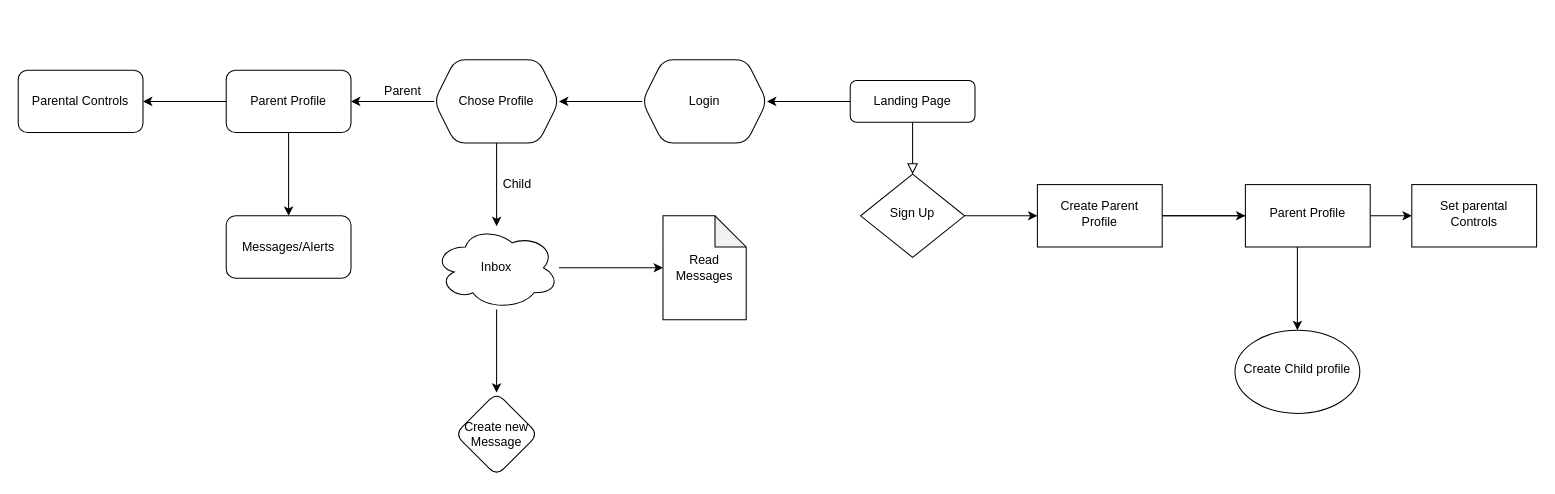
Before: Untitled Diagram.drawio in Samicap/Final-Project, a draw.io diagram. Source tidied: cells renumbered, new cells numbered last; positions are measured from the earlier drawing's top-left corner, leaving out a move shared by most shapes. Both pictures are drawn from the tidied source at 104%, with x=0, y=0 at pixel (18, 59).
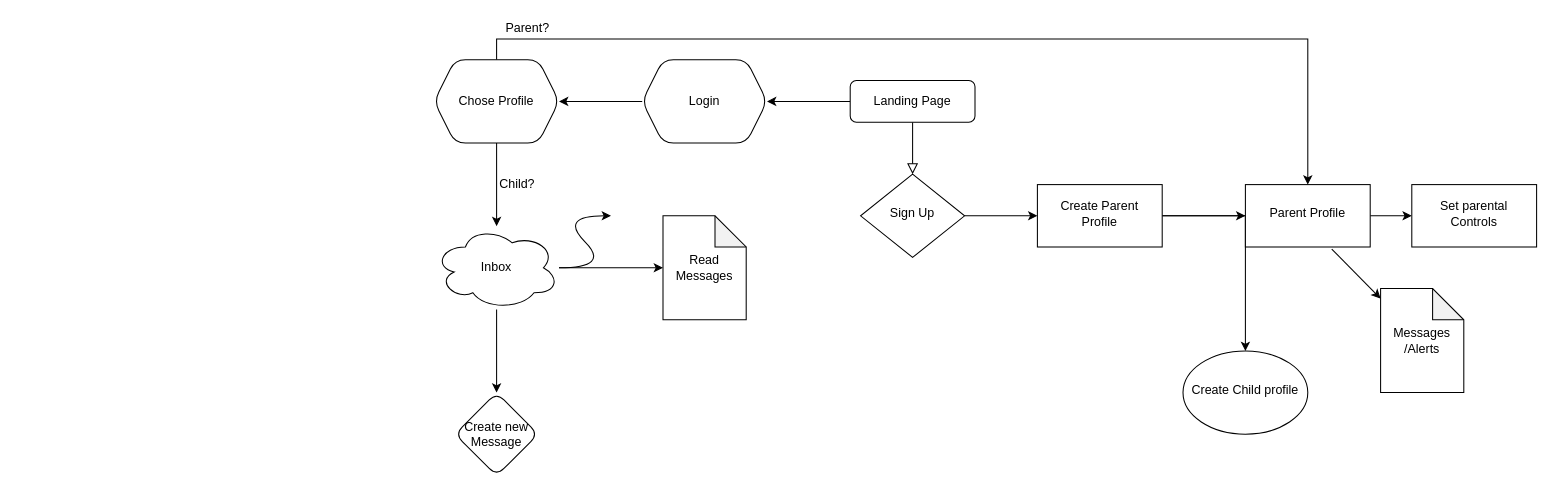
After the change.

Commit message:
changed parent path

The change refers to these unchanged cells:
```xml
<mxCell id="11" value="Parent Profile" style="whiteSpace=wrap;html=1;shadow=0;strokeWidth=1;spacing=6;spacingTop=-4;" parent="1" vertex="1">
  <mxGeometry x="1180" y="120" width="120" height="60" as="geometry" />
</mxCell>
<mxCell id="16" value="Chose Profile" style="shape=hexagon;perimeter=hexagonPerimeter2;whiteSpace=wrap;html=1;fixedSize=1;rounded=1;shadow=0;strokeWidth=1;glass=0;" parent="1" vertex="1">
  <mxGeometry x="400" width="120" height="80" as="geometry" />
</mxCell>
```

What changed in the source:
```diff
@@
-    <mxCell id="15" style="edgeStyle=orthogonalEdgeStyle;rounded=0;jettySize=auto;html=1;" parent="1" edge="1" source="16" target="27">
-      <mxGeometry relative="1" as="geometry" />
-    </mxCell>
+    <mxCell id="31" style="edgeStyle=orthogonalEdgeStyle;rounded=0;jettySize=auto;html=1;exitX=0.5;exitY=0;exitDx=0;exitDy=0;entryX=0.5;entryY=0;entryDx=0;entryDy=0;" parent="1" edge="1" source="16" target="11">
+      <mxGeometry relative="1" as="geometry" />
+    </mxCell>
@@
     <mxCell id="22" value="Create Child profile" style="ellipse;whiteSpace=wrap;html=1;shadow=0;strokeWidth=1;spacing=6;spacingTop=-4;" parent="1" vertex="1">
-      <mxGeometry x="1170" y="260" width="120" height="80" as="geometry" />
+      <mxGeometry x="1120" y="280" width="120" height="80" as="geometry" />
     </mxCell>
@@
-    <mxCell id="24" value="Child" style="text;html=1;strokeColor=none;fillColor=none;align=center;verticalAlign=middle;whiteSpace=wrap;rounded=0;" parent="1" vertex="1">
+    <mxCell id="24" value="Child?" style="text;html=1;strokeColor=none;fillColor=none;align=center;verticalAlign=middle;whiteSpace=wrap;rounded=0;" parent="1" vertex="1">
       <mxGeometry x="460" y="110" width="40" height="20" as="geometry" />
     </mxCell>
-    <mxCell id="25" style="edgeStyle=orthogonalEdgeStyle;rounded=0;jettySize=auto;html=1;" parent="1" edge="1" source="27" target="28">
-      <mxGeometry relative="1" as="geometry" />
-    </mxCell>
-    <mxCell id="26" style="edgeStyle=orthogonalEdgeStyle;rounded=0;jettySize=auto;html=1;" parent="1" edge="1" source="27" target="29">
-      <mxGeometry relative="1" as="geometry" />
-    </mxCell>
-    <mxCell id="27" value="Parent Profile" style="whiteSpace=wrap;html=1;rounded=1;shadow=0;strokeWidth=1;glass=0;" parent="1" vertex="1">
-      <mxGeometry x="200" y="10" width="120" height="60" as="geometry" />
-    </mxCell>
-    <mxCell id="28" value="Parental Controls" style="whiteSpace=wrap;html=1;rounded=1;shadow=0;strokeWidth=1;glass=0;" parent="1" vertex="1">
-      <mxGeometry y="10" width="120" height="60" as="geometry" />
-    </mxCell>
-    <mxCell id="29" value="Messages/Alerts" style="whiteSpace=wrap;html=1;rounded=1;shadow=0;strokeWidth=1;glass=0;" parent="1" vertex="1">
-      <mxGeometry x="200" y="150" width="120" height="60" as="geometry" />
-    </mxCell>
-    <mxCell id="30" value="Parent" style="text;html=1;strokeColor=none;fillColor=none;align=center;verticalAlign=middle;whiteSpace=wrap;rounded=0;" parent="1" vertex="1">
-      <mxGeometry x="350" y="20" width="40" height="20" as="geometry" />
+    <mxCell id="30" value="Parent?" style="text;html=1;strokeColor=none;fillColor=none;align=center;verticalAlign=middle;whiteSpace=wrap;rounded=0;" parent="1" vertex="1">
+      <mxGeometry x="470" y="-40" width="40" height="20" as="geometry" />
     </mxCell>
+    <mxCell id="32" style="curved=1;endArrow=classic;html=1;" parent="1" edge="1">
+      <mxGeometry relative="1" as="geometry">
+        <mxPoint x="520" y="200" as="sourcePoint" />
+        <mxPoint x="570" y="150" as="targetPoint" />
+        <Array as="points">
+          <mxPoint x="570" y="200" />
+          <mxPoint x="520" y="150" />
+        </Array>
+      </mxGeometry>
+    </mxCell>
+    <mxCell id="33" value="Messages&lt;br&gt;/Alerts" style="shape=note;whiteSpace=wrap;html=1;backgroundOutline=1;darkOpacity=0.05;" parent="1" vertex="1">
+      <mxGeometry x="1310" y="220" width="80" height="100" as="geometry" />
+    </mxCell>
+    <mxCell id="34" style="endArrow=classic;html=1;exitX=0.692;exitY=1.033;exitDx=0;exitDy=0;exitPerimeter=0;" parent="1" edge="1" source="11" target="33">
+      <mxGeometry relative="1" as="geometry" />
+    </mxCell>
```
